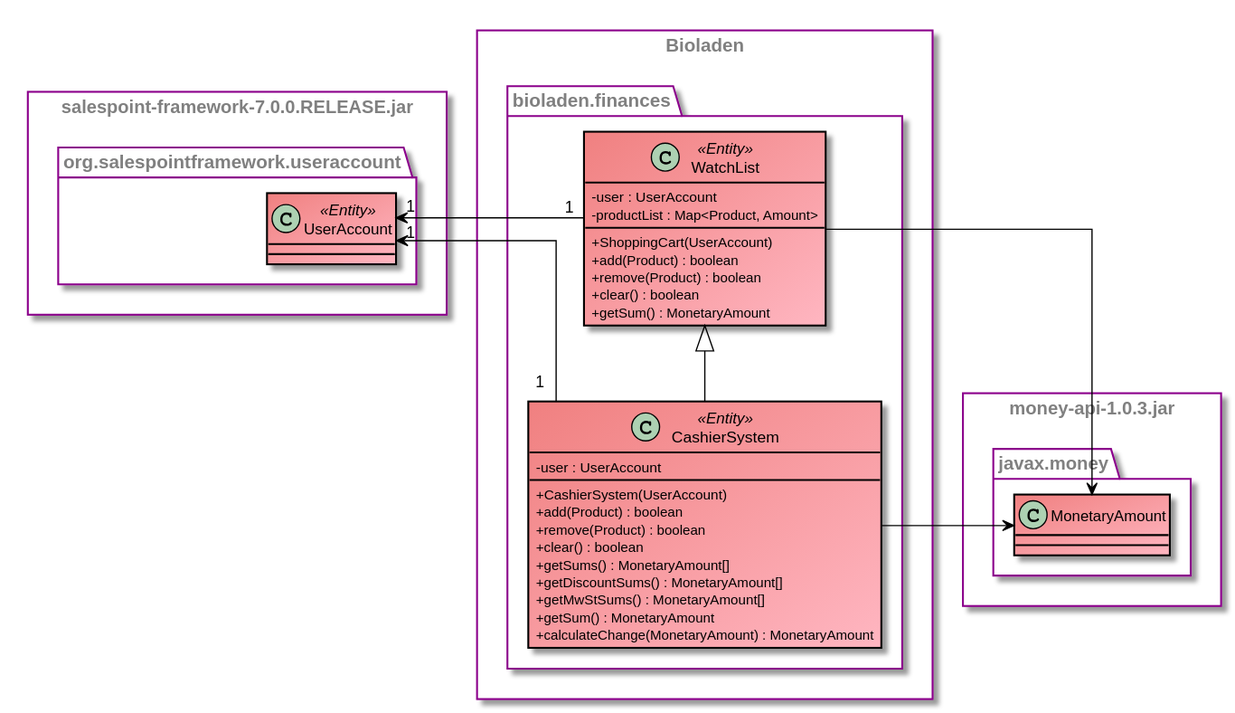
This is src/main/asciidoc/models/design/DesignFinancesDepartment.svg from LimitlessGreen/swt18w43, a PlantUML export, as it was before one commit.
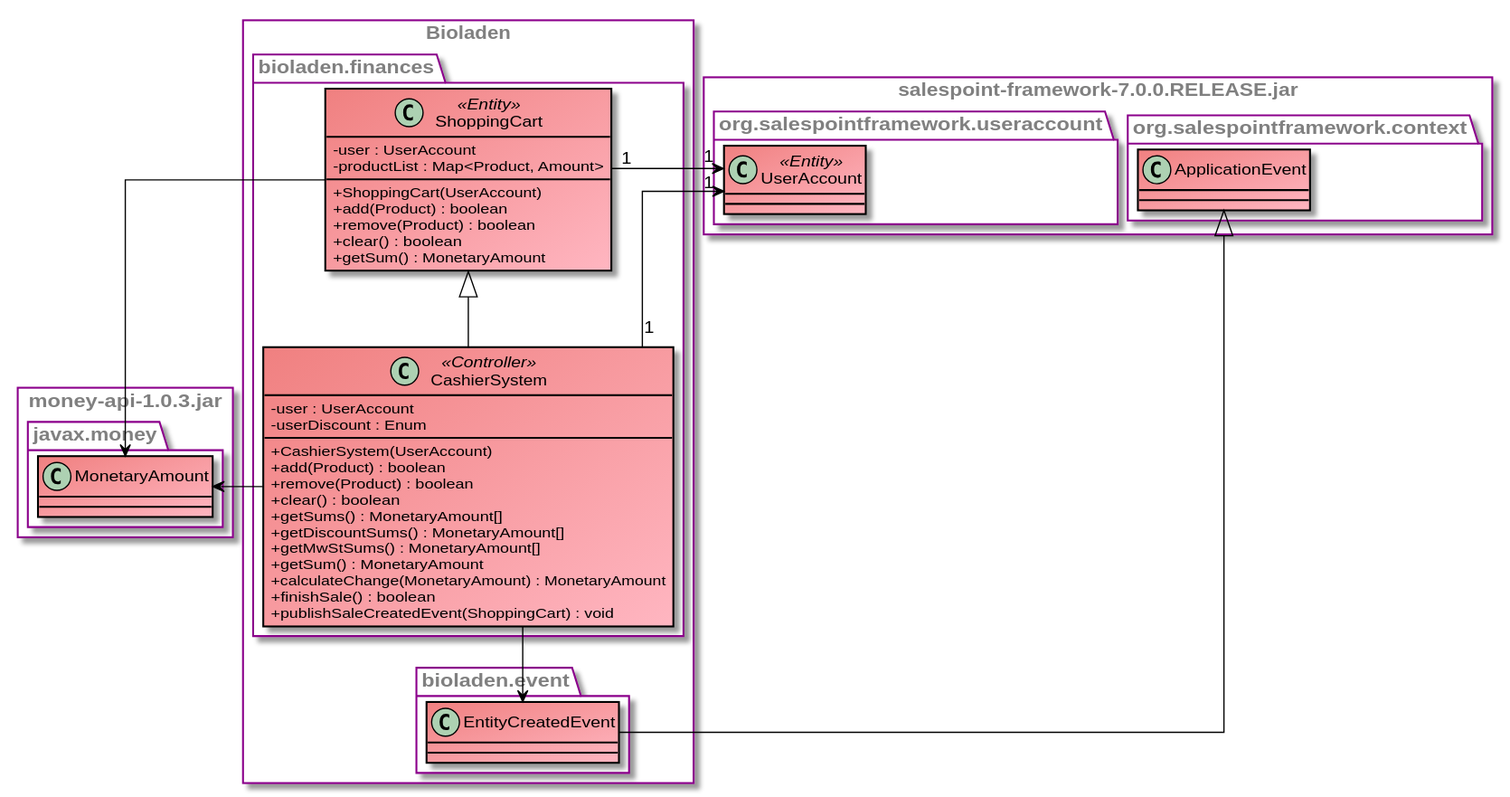
Later version of the same file.

Commit message:
[Design] added Events

Diff of the diagram source:
```diff
@@ -18,8 +18,9 @@
 rectangle Bioladen {
     namespace bioladen.finances {
 
-        class CashierSystem <<Entity>> extends WatchList {
+        class CashierSystem <<Controller>> extends ShoppingCart {
             -user : UserAccount
+            -userDiscount : Enum
             +CashierSystem(UserAccount)
             +add(Product) : boolean
             +remove(Product) : boolean
@@ -29,10 +30,11 @@
             +getMwStSums() : MonetaryAmount[]
             +getSum() : MonetaryAmount
             +calculateChange(MonetaryAmount) : MonetaryAmount
+            +finishSale() : boolean
+            +publishSaleCreatedEvent(ShoppingCart) : void
+        }
 
-
-        }
-        class WatchList <<Entity>> {
+        class ShoppingCart <<Entity>> {
             -user : UserAccount
             -productList : Map<Product, Amount>
             +ShoppingCart(UserAccount)
@@ -44,6 +46,14 @@
 
         }
 
+    }
+
+    namespace bioladen.event {
+        class EntityCreatedEvent {
+
+        }
+
+        bioladen.finances.CashierSystem --> bioladen.event.EntityCreatedEvent
 
     }
 
@@ -55,7 +65,7 @@
 
         }
         bioladen.finances.CashierSystem -right-> MonetaryAmount
-        bioladen.finances.WatchList -right-> MonetaryAmount
+        bioladen.finances.ShoppingCart -right-> MonetaryAmount
     }
 
 }
@@ -68,8 +78,16 @@
 
         }
 
-        bioladen.finances.WatchList "1" -left-> "1" UserAccount
+        bioladen.finances.ShoppingCart "1" -left-> "1" UserAccount
         bioladen.finances.CashierSystem "1" -left-> "1" UserAccount
+    }
+
+    namespace org.salespointframework.context {
+        class ApplicationEvent {
+
+        }
+
+        ApplicationEvent <|-- bioladen.event.EntityCreatedEvent
     }
 
 }
```
